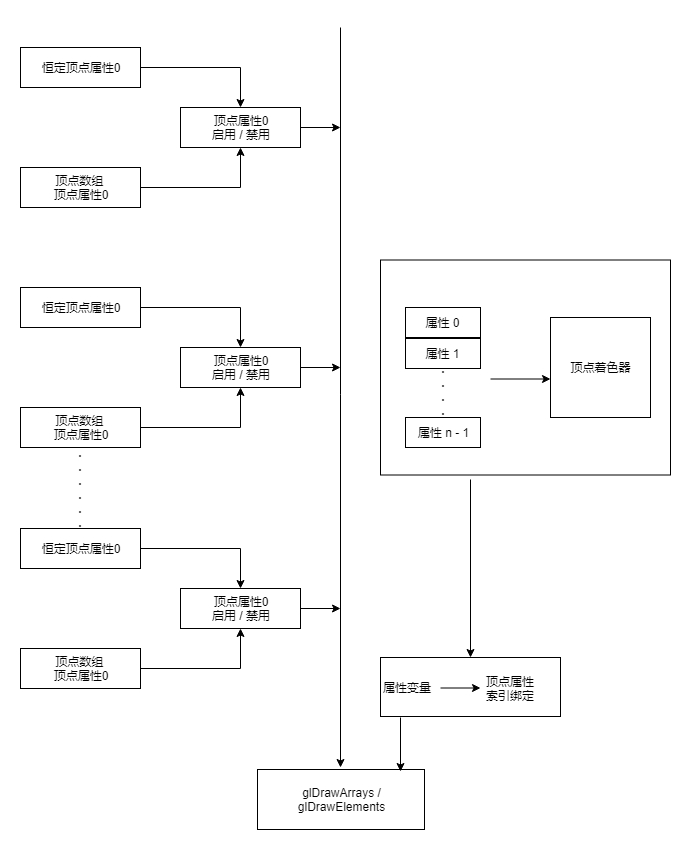
Before: doc/img/为绘制一个或者多个图元指定和绑定顶带你属性.png, a diagram exported from draw.io (103style/OpenGL-ES-3.0). Source tidied: cells renumbered, new cells last; positions are measured from the earlier drawing's top-left corner, leaving out a move shared by most shapes. Source of this version:
```xml
<mxGraphModel>
  <root>
    <mxCell id="0" />
    <mxCell id="1" parent="0" />
    <mxCell id="2" style="edgeStyle=orthogonalEdgeStyle;rounded=0;jettySize=auto;html=1;entryX=0.5;entryY=0;entryDx=0;entryDy=0;" parent="1" edge="1" source="3" target="7">
      <mxGeometry relative="1" as="geometry" />
    </mxCell>
    <mxCell id="3" value="恒定顶点属性0" style="rounded=0;whiteSpace=wrap;html=1;" parent="1" vertex="1">
      <mxGeometry y="20" width="120" height="40" as="geometry" />
    </mxCell>
    <mxCell id="4" style="edgeStyle=orthogonalEdgeStyle;rounded=0;jettySize=auto;html=1;entryX=0.5;entryY=1;entryDx=0;entryDy=0;" parent="1" edge="1" source="5" target="7">
      <mxGeometry relative="1" as="geometry" />
    </mxCell>
    <mxCell id="5" value="顶点数组 &lt;br&gt;顶点属性0" style="rounded=0;whiteSpace=wrap;html=1;" parent="1" vertex="1">
      <mxGeometry y="140" width="120" height="40" as="geometry" />
    </mxCell>
    <mxCell id="6" style="edgeStyle=orthogonalEdgeStyle;rounded=0;jettySize=auto;html=1;" parent="1" edge="1" source="7">
      <mxGeometry relative="1" as="geometry">
        <mxPoint x="320" y="100" as="targetPoint" />
      </mxGeometry>
    </mxCell>
    <mxCell id="7" value="顶点属性0&lt;br&gt;启用 / 禁用&lt;br&gt;" style="rounded=0;whiteSpace=wrap;html=1;" parent="1" vertex="1">
      <mxGeometry x="160" y="80" width="120" height="40" as="geometry" />
    </mxCell>
    <mxCell id="8" style="edgeStyle=orthogonalEdgeStyle;rounded=0;jettySize=auto;html=1;entryX=0.5;entryY=0;entryDx=0;entryDy=0;" parent="1" edge="1" source="9" target="13">
      <mxGeometry relative="1" as="geometry" />
    </mxCell>
    <mxCell id="9" value="恒定顶点属性0" style="rounded=0;whiteSpace=wrap;html=1;" parent="1" vertex="1">
      <mxGeometry y="260" width="120" height="40" as="geometry" />
    </mxCell>
    <mxCell id="10" style="edgeStyle=orthogonalEdgeStyle;rounded=0;jettySize=auto;html=1;entryX=0.5;entryY=1;entryDx=0;entryDy=0;" parent="1" edge="1" source="11" target="13">
      <mxGeometry relative="1" as="geometry" />
    </mxCell>
    <mxCell id="11" value="顶点数组 &lt;br&gt;顶点属性0" style="rounded=0;whiteSpace=wrap;html=1;" parent="1" vertex="1">
      <mxGeometry y="380" width="120" height="40" as="geometry" />
    </mxCell>
    <mxCell id="12" style="edgeStyle=orthogonalEdgeStyle;rounded=0;jettySize=auto;html=1;" parent="1" edge="1" source="13">
      <mxGeometry relative="1" as="geometry">
        <mxPoint x="320" y="340" as="targetPoint" />
      </mxGeometry>
    </mxCell>
    <mxCell id="13" value="顶点属性0&lt;br&gt;启用 / 禁用&lt;br&gt;" style="rounded=0;whiteSpace=wrap;html=1;" parent="1" vertex="1">
      <mxGeometry x="160" y="320" width="120" height="40" as="geometry" />
    </mxCell>
    <mxCell id="14" style="edgeStyle=orthogonalEdgeStyle;rounded=0;jettySize=auto;html=1;entryX=0.5;entryY=0;entryDx=0;entryDy=0;" parent="1" edge="1" source="15" target="19">
      <mxGeometry relative="1" as="geometry" />
    </mxCell>
    <mxCell id="15" value="恒定顶点属性0" style="rounded=0;whiteSpace=wrap;html=1;" parent="1" vertex="1">
      <mxGeometry y="501" width="120" height="40" as="geometry" />
    </mxCell>
    <mxCell id="16" style="edgeStyle=orthogonalEdgeStyle;rounded=0;jettySize=auto;html=1;entryX=0.5;entryY=1;entryDx=0;entryDy=0;" parent="1" edge="1" source="17" target="19">
      <mxGeometry relative="1" as="geometry" />
    </mxCell>
    <mxCell id="17" value="顶点数组 &lt;br&gt;顶点属性0" style="rounded=0;whiteSpace=wrap;html=1;" parent="1" vertex="1">
      <mxGeometry y="621" width="120" height="40" as="geometry" />
    </mxCell>
    <mxCell id="18" style="edgeStyle=orthogonalEdgeStyle;rounded=0;jettySize=auto;html=1;" parent="1" edge="1" source="19">
      <mxGeometry relative="1" as="geometry">
        <mxPoint x="320" y="581" as="targetPoint" />
      </mxGeometry>
    </mxCell>
    <mxCell id="19" value="顶点属性0&lt;br&gt;启用 / 禁用&lt;br&gt;" style="rounded=0;whiteSpace=wrap;html=1;" parent="1" vertex="1">
      <mxGeometry x="160" y="561" width="120" height="40" as="geometry" />
    </mxCell>
    <mxCell id="20" value=".&lt;br&gt;.&lt;br&gt;.&lt;br&gt;.&lt;br&gt;.&lt;br&gt;.&lt;br&gt;" style="text;html=1;strokeColor=none;fillColor=none;align=center;verticalAlign=middle;whiteSpace=wrap;rounded=0;fontStyle=1;" parent="1" vertex="1">
      <mxGeometry x="40" y="440" width="40" height="40" as="geometry" />
    </mxCell>
    <mxCell id="21" style="endArrow=classic;html=1;" parent="1" edge="1">
      <mxGeometry relative="1" as="geometry">
        <mxPoint x="320" as="sourcePoint" />
        <mxPoint x="320" y="740" as="targetPoint" />
      </mxGeometry>
    </mxCell>
    <mxCell id="22" value="glDrawArrays /&lt;br&gt;glDrawElements&lt;br&gt;" style="rounded=0;whiteSpace=wrap;html=1;" parent="1" vertex="1">
      <mxGeometry x="237" y="742" width="167" height="60" as="geometry" />
    </mxCell>
    <mxCell id="23" style="edgeStyle=orthogonalEdgeStyle;rounded=0;jettySize=auto;html=1;exitX=0.31;exitY=1.021;exitDx=0;exitDy=0;exitPerimeter=0;" parent="1" edge="1" source="24" target="32">
      <mxGeometry relative="1" as="geometry" />
    </mxCell>
    <mxCell id="24" style="rounded=0;whiteSpace=wrap;html=1;" parent="1" vertex="1">
      <mxGeometry x="360" y="232.5" width="290" height="215" as="geometry" />
    </mxCell>
    <mxCell id="25" value="顶点着色器" style="rounded=0;whiteSpace=wrap;html=1;" parent="1" vertex="1">
      <mxGeometry x="530" y="290" width="100" height="100" as="geometry" />
    </mxCell>
    <mxCell id="26" value="属性 0" style="rounded=0;whiteSpace=wrap;html=1;" parent="1" vertex="1">
      <mxGeometry x="385" y="280" width="75" height="30" as="geometry" />
    </mxCell>
    <mxCell id="27" value="属性 1" style="rounded=0;whiteSpace=wrap;html=1;" parent="1" vertex="1">
      <mxGeometry x="385" y="311" width="75" height="30" as="geometry" />
    </mxCell>
    <mxCell id="28" value="属性 n - 1" style="rounded=0;whiteSpace=wrap;html=1;" parent="1" vertex="1">
      <mxGeometry x="385" y="390" width="75" height="30" as="geometry" />
    </mxCell>
    <mxCell id="29" value="&lt;b&gt;.&lt;br&gt;.&lt;br&gt;.&lt;br&gt;.&lt;/b&gt;&lt;br&gt;" style="text;html=1;strokeColor=none;fillColor=none;align=center;verticalAlign=middle;whiteSpace=wrap;rounded=0;" parent="1" vertex="1">
      <mxGeometry x="402.5" y="352" width="40" height="20" as="geometry" />
    </mxCell>
    <mxCell id="30" style="endArrow=classic;html=1;" parent="1" edge="1">
      <mxGeometry relative="1" as="geometry">
        <mxPoint x="470" y="351.5" as="sourcePoint" />
        <mxPoint x="530" y="351.5" as="targetPoint" />
      </mxGeometry>
    </mxCell>
    <mxCell id="31" style="edgeStyle=orthogonalEdgeStyle;rounded=0;jettySize=auto;html=1;entryX=0.856;entryY=0.033;entryDx=0;entryDy=0;entryPerimeter=0;" parent="1" edge="1" target="22">
      <mxGeometry relative="1" as="geometry">
        <mxPoint x="380" y="690" as="sourcePoint" />
      </mxGeometry>
    </mxCell>
    <mxCell id="32" value="&lt;div style=&quot;text-align: left&quot;&gt;&lt;span&gt;属性变量&lt;/span&gt;&lt;/div&gt;" style="rounded=0;whiteSpace=wrap;html=1;align=left;" parent="1" vertex="1">
      <mxGeometry x="360" y="630" width="180" height="59" as="geometry" />
    </mxCell>
    <mxCell id="33" value="顶点属性索引绑定&lt;br&gt;" style="text;html=1;strokeColor=none;fillColor=none;align=center;verticalAlign=middle;whiteSpace=wrap;rounded=0;" parent="1" vertex="1">
      <mxGeometry x="460" y="641" width="60" height="39" as="geometry" />
    </mxCell>
    <mxCell id="34" style="endArrow=classic;html=1;" parent="1" edge="1">
      <mxGeometry relative="1" as="geometry">
        <mxPoint x="420" y="660.5" as="sourcePoint" />
        <mxPoint x="460" y="660.5" as="targetPoint" />
      </mxGeometry>
    </mxCell>
  </root>
</mxGraphModel>
```
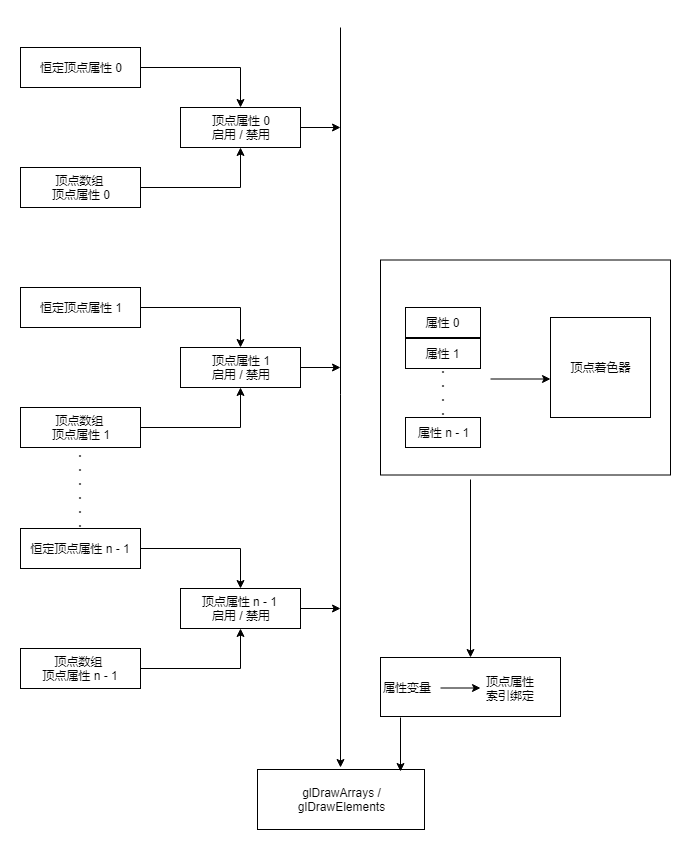
After the commit.

Change to the diagram source:
```diff
@@ -5,13 +5,13 @@
     <mxCell id="2" style="edgeStyle=orthogonalEdgeStyle;rounded=0;jettySize=auto;html=1;entryX=0.5;entryY=0;entryDx=0;entryDy=0;" parent="1" edge="1" source="3" target="7">
       <mxGeometry relative="1" as="geometry" />
     </mxCell>
-    <mxCell id="3" value="恒定顶点属性0" style="rounded=0;whiteSpace=wrap;html=1;" parent="1" vertex="1">
+    <mxCell id="3" value="恒定顶点属性 0" style="rounded=0;whiteSpace=wrap;html=1;" parent="1" vertex="1">
       <mxGeometry y="20" width="120" height="40" as="geometry" />
     </mxCell>
     <mxCell id="4" style="edgeStyle=orthogonalEdgeStyle;rounded=0;jettySize=auto;html=1;entryX=0.5;entryY=1;entryDx=0;entryDy=0;" parent="1" edge="1" source="5" target="7">
       <mxGeometry relative="1" as="geometry" />
     </mxCell>
-    <mxCell id="5" value="顶点数组 &lt;br&gt;顶点属性0" style="rounded=0;whiteSpace=wrap;html=1;" parent="1" vertex="1">
+    <mxCell id="5" value="顶点数组 &lt;br&gt;顶点属性 0" style="rounded=0;whiteSpace=wrap;html=1;" parent="1" vertex="1">
       <mxGeometry y="140" width="120" height="40" as="geometry" />
     </mxCell>
     <mxCell id="6" style="edgeStyle=orthogonalEdgeStyle;rounded=0;jettySize=auto;html=1;" parent="1" edge="1" source="7">
@@ -19,19 +19,19 @@
         <mxPoint x="320" y="100" as="targetPoint" />
       </mxGeometry>
     </mxCell>
-    <mxCell id="7" value="顶点属性0&lt;br&gt;启用 / 禁用&lt;br&gt;" style="rounded=0;whiteSpace=wrap;html=1;" parent="1" vertex="1">
+    <mxCell id="7" value="顶点属性 0&lt;br&gt;启用 / 禁用&lt;br&gt;" style="rounded=0;whiteSpace=wrap;html=1;" parent="1" vertex="1">
       <mxGeometry x="160" y="80" width="120" height="40" as="geometry" />
     </mxCell>
     <mxCell id="8" style="edgeStyle=orthogonalEdgeStyle;rounded=0;jettySize=auto;html=1;entryX=0.5;entryY=0;entryDx=0;entryDy=0;" parent="1" edge="1" source="9" target="13">
       <mxGeometry relative="1" as="geometry" />
     </mxCell>
-    <mxCell id="9" value="恒定顶点属性0" style="rounded=0;whiteSpace=wrap;html=1;" parent="1" vertex="1">
+    <mxCell id="9" value="恒定顶点属性 1" style="rounded=0;whiteSpace=wrap;html=1;" parent="1" vertex="1">
       <mxGeometry y="260" width="120" height="40" as="geometry" />
     </mxCell>
     <mxCell id="10" style="edgeStyle=orthogonalEdgeStyle;rounded=0;jettySize=auto;html=1;entryX=0.5;entryY=1;entryDx=0;entryDy=0;" parent="1" edge="1" source="11" target="13">
       <mxGeometry relative="1" as="geometry" />
     </mxCell>
-    <mxCell id="11" value="顶点数组 &lt;br&gt;顶点属性0" style="rounded=0;whiteSpace=wrap;html=1;" parent="1" vertex="1">
+    <mxCell id="11" value="顶点数组 &lt;br&gt;顶点属性 1" style="rounded=0;whiteSpace=wrap;html=1;" parent="1" vertex="1">
       <mxGeometry y="380" width="120" height="40" as="geometry" />
     </mxCell>
     <mxCell id="12" style="edgeStyle=orthogonalEdgeStyle;rounded=0;jettySize=auto;html=1;" parent="1" edge="1" source="13">
@@ -39,19 +39,19 @@
         <mxPoint x="320" y="340" as="targetPoint" />
       </mxGeometry>
     </mxCell>
-    <mxCell id="13" value="顶点属性0&lt;br&gt;启用 / 禁用&lt;br&gt;" style="rounded=0;whiteSpace=wrap;html=1;" parent="1" vertex="1">
+    <mxCell id="13" value="顶点属性 1&lt;br&gt;启用 / 禁用&lt;br&gt;" style="rounded=0;whiteSpace=wrap;html=1;" parent="1" vertex="1">
       <mxGeometry x="160" y="320" width="120" height="40" as="geometry" />
     </mxCell>
     <mxCell id="14" style="edgeStyle=orthogonalEdgeStyle;rounded=0;jettySize=auto;html=1;entryX=0.5;entryY=0;entryDx=0;entryDy=0;" parent="1" edge="1" source="15" target="19">
       <mxGeometry relative="1" as="geometry" />
     </mxCell>
-    <mxCell id="15" value="恒定顶点属性0" style="rounded=0;whiteSpace=wrap;html=1;" parent="1" vertex="1">
+    <mxCell id="15" value="恒定顶点属性 n - 1" style="rounded=0;whiteSpace=wrap;html=1;" parent="1" vertex="1">
       <mxGeometry y="501" width="120" height="40" as="geometry" />
     </mxCell>
     <mxCell id="16" style="edgeStyle=orthogonalEdgeStyle;rounded=0;jettySize=auto;html=1;entryX=0.5;entryY=1;entryDx=0;entryDy=0;" parent="1" edge="1" source="17" target="19">
       <mxGeometry relative="1" as="geometry" />
     </mxCell>
-    <mxCell id="17" value="顶点数组 &lt;br&gt;顶点属性0" style="rounded=0;whiteSpace=wrap;html=1;" parent="1" vertex="1">
+    <mxCell id="17" value="顶点数组 &lt;br&gt;顶点属性 n - 1" style="rounded=0;whiteSpace=wrap;html=1;" parent="1" vertex="1">
       <mxGeometry y="621" width="120" height="40" as="geometry" />
     </mxCell>
     <mxCell id="18" style="edgeStyle=orthogonalEdgeStyle;rounded=0;jettySize=auto;html=1;" parent="1" edge="1" source="19">
@@ -59,7 +59,7 @@
         <mxPoint x="320" y="581" as="targetPoint" />
       </mxGeometry>
     </mxCell>
-    <mxCell id="19" value="顶点属性0&lt;br&gt;启用 / 禁用&lt;br&gt;" style="rounded=0;whiteSpace=wrap;html=1;" parent="1" vertex="1">
+    <mxCell id="19" value="顶点属性 n - 1&amp;nbsp;&lt;br&gt;启用 / 禁用&lt;br&gt;" style="rounded=0;whiteSpace=wrap;html=1;" parent="1" vertex="1">
       <mxGeometry x="160" y="561" width="120" height="40" as="geometry" />
     </mxCell>
     <mxCell id="20" value=".&lt;br&gt;.&lt;br&gt;.&lt;br&gt;.&lt;br&gt;.&lt;br&gt;.&lt;br&gt;" style="text;html=1;strokeColor=none;fillColor=none;align=center;verticalAlign=middle;whiteSpace=wrap;rounded=0;fontStyle=1;" parent="1" vertex="1">
```
